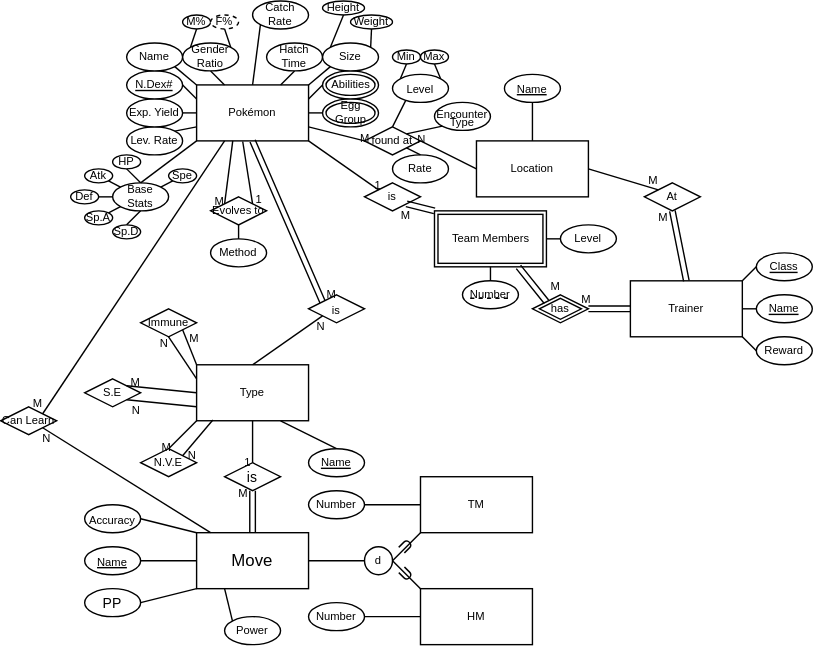
Earlier version of the draw.io export diagrams/EER.svg (JacobJanzen/J5-Pocket-Monsters-Database). Source tidied: cells renumbered, new cells last; positions are measured from the earlier drawing's top-left corner, leaving out a move shared by most shapes.
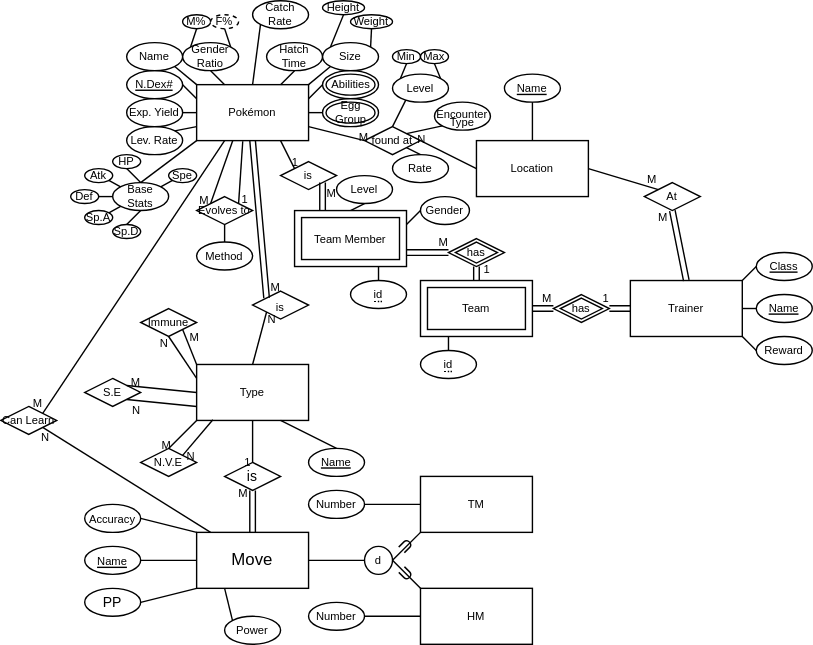
The same file after the commit.

Diff of the diagram source:
```diff
@@ -2,12 +2,12 @@
   <root>
     <mxCell id="0" />
     <mxCell id="1" parent="0" />
+    <mxCell id="156" style="rhombus;whiteSpace=wrap;html=1;fontSize=8;" parent="1" vertex="1">
+      <mxGeometry x="395" y="210" width="40" height="20" as="geometry" />
+    </mxCell>
     <mxCell id="2" style="rhombus;whiteSpace=wrap;html=1;" parent="1" vertex="1">
-      <mxGeometry x="380" y="210" width="40" height="20" as="geometry" />
+      <mxGeometry x="320" y="170" width="40" height="20" as="geometry" />
     </mxCell>
-    <mxCell id="3" style="rounded=0;whiteSpace=wrap;html=1;hachureGap=4;fontSize=8;" parent="1" vertex="1">
-      <mxGeometry x="310" y="150" width="80" height="40" as="geometry" />
-    </mxCell>
     <mxCell id="4" style="ellipse;whiteSpace=wrap;html=1;hachureGap=4;fontSize=8;" parent="1" vertex="1">
       <mxGeometry x="230" y="70" width="40" height="20" as="geometry" />
     </mxCell>
@@ -308,7 +308,7 @@
       <mxGeometry relative="1" as="geometry" />
     </mxCell>
     <mxCell id="92" value="&lt;div&gt;Evolves to&lt;/div&gt;" style="rhombus;whiteSpace=wrap;html=1;hachureGap=4;fontSize=8;" parent="1" vertex="1">
-      <mxGeometry x="150" y="140" width="40" height="20" as="geometry" />
+      <mxGeometry x="140" y="140" width="40" height="20" as="geometry" />
     </mxCell>
     <mxCell id="93" style="endArrow=none;html=1;rounded=0;startSize=14;endSize=14;sourcePerimeterSpacing=8;targetPerimeterSpacing=8;fontSize=8;exitX=0.323;exitY=0.999;exitDx=0;exitDy=0;exitPerimeter=0;entryX=0;entryY=0;entryDx=0;entryDy=0;" parent="1" edge="1" source="51" target="92">
       <mxGeometry relative="1" as="geometry" />
@@ -342,7 +342,7 @@
       <mxGeometry x="260" y="90" width="40" height="20" as="geometry" />
     </mxCell>
     <mxCell id="102" value="has" style="rhombus;whiteSpace=wrap;html=1;hachureGap=4;fontSize=8;" parent="1" vertex="1">
-      <mxGeometry x="385" y="212.5" width="30" height="15" as="geometry" />
+      <mxGeometry x="325" y="172.5" width="30" height="15" as="geometry" />
     </mxCell>
     <mxCell id="103" style="endArrow=none;html=1;rounded=0;startSize=14;endSize=14;sourcePerimeterSpacing=8;targetPerimeterSpacing=8;fontSize=8;entryX=0;entryY=0.5;entryDx=0;entryDy=0;exitX=1;exitY=0.75;exitDx=0;exitDy=0;" parent="1" edge="1" source="51" target="101">
       <mxGeometry relative="1" as="geometry" />
@@ -409,64 +409,29 @@
     <mxCell id="121" value="&lt;font style=&quot;font-size: 8px&quot;&gt;M&lt;/font&gt;" style="html=1;align=right;verticalAlign=bottom;" parent="120" vertex="1">
       <mxGeometry x="1" relative="1" as="geometry" />
     </mxCell>
-    <mxCell id="122" value="Team Members" style="rounded=0;whiteSpace=wrap;html=1;hachureGap=4;fontSize=8;" parent="1" vertex="1">
-      <mxGeometry x="312.5" y="152.5" width="75" height="35" as="geometry" />
-    </mxCell>
-    <mxCell id="123" style="shape=link;html=1;rounded=0;endArrow=open;startSize=14;endSize=14;sourcePerimeterSpacing=8;targetPerimeterSpacing=8;fontSize=8;entryX=0;entryY=0;entryDx=0;entryDy=0;exitX=0.75;exitY=1;exitDx=0;exitDy=0;" parent="1" edge="1" source="3" target="2">
-      <mxGeometry relative="1" as="geometry" />
-    </mxCell>
-    <mxCell id="124" value="&lt;font style=&quot;font-size: 8px&quot;&gt;M&lt;/font&gt;" style="html=1;align=right;verticalAlign=bottom;" parent="123" vertex="1">
-      <mxGeometry x="1" relative="1" as="geometry">
-        <mxPoint x="10" y="-3" as="offset" />
-      </mxGeometry>
-    </mxCell>
-    <mxCell id="125" style="shape=link;html=1;rounded=0;endArrow=open;startSize=14;endSize=14;sourcePerimeterSpacing=8;targetPerimeterSpacing=8;fontSize=8;exitX=0;exitY=0.5;exitDx=0;exitDy=0;" parent="1" edge="1" source="116">
-      <mxGeometry relative="1" as="geometry">
-        <mxPoint x="420" y="220" as="targetPoint" />
-      </mxGeometry>
-    </mxCell>
-    <mxCell id="126" value="&lt;font style=&quot;font-size: 8px&quot;&gt;M&lt;/font&gt;" style="html=1;align=right;verticalAlign=bottom;" parent="125" vertex="1">
-      <mxGeometry x="1" relative="1" as="geometry">
-        <mxPoint x="3" as="offset" />
-      </mxGeometry>
-    </mxCell>
-    <mxCell id="127" value="Number" style="ellipse;whiteSpace=wrap;html=1;hachureGap=4;fontSize=8;" parent="1" vertex="1">
-      <mxGeometry x="330" y="200" width="40" height="20" as="geometry" />
-    </mxCell>
-    <mxCell id="128" style="endArrow=none;dashed=1;html=1;fontSize=8;startSize=14;endSize=14;sourcePerimeterSpacing=8;targetPerimeterSpacing=8;" parent="1" edge="1">
-      <mxGeometry relative="1" as="geometry">
-        <mxPoint x="335.5" y="212.5" as="sourcePoint" />
-        <mxPoint x="364.5" y="212.5" as="targetPoint" />
-      </mxGeometry>
-    </mxCell>
-    <mxCell id="129" style="endArrow=none;html=1;fontSize=8;startSize=14;endSize=14;sourcePerimeterSpacing=8;targetPerimeterSpacing=8;exitX=0.5;exitY=1;exitDx=0;exitDy=0;entryX=0.5;entryY=0;entryDx=0;entryDy=0;" parent="1" edge="1" source="3" target="127">
-      <mxGeometry relative="1" as="geometry" />
-    </mxCell>
     <mxCell id="130" value="Level" style="ellipse;whiteSpace=wrap;html=1;hachureGap=4;fontSize=8;" parent="1" vertex="1">
-      <mxGeometry x="400" y="160" width="40" height="20" as="geometry" />
+      <mxGeometry x="240" y="125" width="40" height="20" as="geometry" />
     </mxCell>
-    <mxCell id="131" style="endArrow=none;html=1;fontSize=8;startSize=14;endSize=14;sourcePerimeterSpacing=8;targetPerimeterSpacing=8;exitX=1;exitY=0.5;exitDx=0;exitDy=0;entryX=0;entryY=0.5;entryDx=0;entryDy=0;" parent="1" edge="1" source="3" target="130">
+    <mxCell id="131" style="endArrow=none;html=1;fontSize=8;startSize=14;endSize=14;sourcePerimeterSpacing=8;targetPerimeterSpacing=8;exitX=0.5;exitY=0;exitDx=0;exitDy=0;entryX=0.5;entryY=1;entryDx=0;entryDy=0;" parent="1" edge="1" source="157" target="130">
       <mxGeometry relative="1" as="geometry" />
     </mxCell>
     <mxCell id="132" value="is" style="rhombus;whiteSpace=wrap;html=1;hachureGap=4;fontSize=8;" parent="1" vertex="1">
-      <mxGeometry x="260" y="130" width="40" height="20" as="geometry" />
+      <mxGeometry x="200" y="115" width="40" height="20" as="geometry" />
     </mxCell>
-    <mxCell id="133" style="shape=link;html=1;rounded=0;endArrow=open;startSize=14;endSize=14;sourcePerimeterSpacing=8;targetPerimeterSpacing=8;fontSize=8;entryX=1;entryY=1;entryDx=0;entryDy=0;" parent="1" edge="1" target="132">
-      <mxGeometry relative="1" as="geometry">
-        <mxPoint x="310" y="150" as="sourcePoint" />
-      </mxGeometry>
+    <mxCell id="133" style="shape=link;html=1;rounded=0;endArrow=open;startSize=14;endSize=14;sourcePerimeterSpacing=8;targetPerimeterSpacing=8;fontSize=8;entryX=1;entryY=1;entryDx=0;entryDy=0;exitX=0.25;exitY=0;exitDx=0;exitDy=0;" parent="1" edge="1" source="157" target="132">
+      <mxGeometry relative="1" as="geometry" />
     </mxCell>
     <mxCell id="134" value="&lt;font style=&quot;font-size: 8px&quot;&gt;M&lt;/font&gt;" style="html=1;align=right;verticalAlign=bottom;" parent="133" vertex="1">
       <mxGeometry x="1" relative="1" as="geometry">
-        <mxPoint x="3" y="15" as="offset" />
+        <mxPoint x="10" y="15" as="offset" />
       </mxGeometry>
     </mxCell>
-    <mxCell id="135" style="endArrow=none;html=1;rounded=0;startSize=14;endSize=14;sourcePerimeterSpacing=8;targetPerimeterSpacing=8;fontSize=8;exitX=1;exitY=1;exitDx=0;exitDy=0;entryX=0;entryY=0;entryDx=0;entryDy=0;" parent="1" edge="1" source="51" target="132">
+    <mxCell id="135" style="endArrow=none;html=1;rounded=0;startSize=14;endSize=14;sourcePerimeterSpacing=8;targetPerimeterSpacing=8;fontSize=8;exitX=0.75;exitY=1;exitDx=0;exitDy=0;entryX=0;entryY=0;entryDx=0;entryDy=0;" parent="1" edge="1" source="51" target="132">
       <mxGeometry relative="1" as="geometry" />
     </mxCell>
     <mxCell id="136" value="&lt;font style=&quot;font-size: 8px&quot;&gt;1&lt;/font&gt;" style="html=1;align=right;verticalAlign=bottom;" parent="135" vertex="1">
       <mxGeometry x="1" relative="1" as="geometry">
-        <mxPoint x="3" y="5" as="offset" />
+        <mxPoint x="3" y="3" as="offset" />
       </mxGeometry>
     </mxCell>
     <mxCell id="137" value="Reward" style="ellipse;whiteSpace=wrap;html=1;hachureGap=4;fontSize=8;" parent="1" vertex="1">
@@ -492,14 +457,14 @@
       <mxGeometry x="270" y="400" width="40" height="20" as="geometry" />
     </mxCell>
     <mxCell id="143" value="&lt;font style=&quot;font-size: 8px&quot;&gt;is&lt;/font&gt;" style="rhombus;whiteSpace=wrap;html=1;" parent="1" vertex="1">
-      <mxGeometry x="220" y="210" width="40" height="20" as="geometry" />
+      <mxGeometry x="180" y="207.5" width="40" height="20" as="geometry" />
     </mxCell>
     <mxCell id="144" style="shape=link;html=1;rounded=0;endArrow=open;startSize=14;endSize=14;sourcePerimeterSpacing=8;targetPerimeterSpacing=8;fontSize=8;entryX=0;entryY=0;entryDx=0;entryDy=0;exitX=0.5;exitY=1;exitDx=0;exitDy=0;" parent="1" edge="1" source="51" target="143">
       <mxGeometry relative="1" as="geometry" />
     </mxCell>
     <mxCell id="145" value="&lt;font style=&quot;font-size: 8px&quot;&gt;M&lt;/font&gt;" style="html=1;align=right;verticalAlign=bottom;" parent="144" vertex="1">
       <mxGeometry x="1" relative="1" as="geometry">
-        <mxPoint x="10" y="2" as="offset" />
+        <mxPoint x="10" as="offset" />
       </mxGeometry>
     </mxCell>
     <mxCell id="146" style="endArrow=none;html=1;rounded=0;startSize=14;endSize=14;sourcePerimeterSpacing=8;targetPerimeterSpacing=8;fontSize=8;exitX=0.5;exitY=0;exitDx=0;exitDy=0;entryX=0;entryY=1;entryDx=0;entryDy=0;" parent="1" edge="1" target="143">
@@ -509,11 +474,11 @@
     </mxCell>
     <mxCell id="147" value="&lt;font style=&quot;font-size: 8px&quot;&gt;N&lt;/font&gt;" style="html=1;align=right;verticalAlign=bottom;" parent="146" vertex="1">
       <mxGeometry x="1" relative="1" as="geometry">
-        <mxPoint x="3" y="15" as="offset" />
+        <mxPoint x="7" y="13" as="offset" />
       </mxGeometry>
     </mxCell>
     <mxCell id="148" value="&lt;div&gt;Method&lt;/div&gt;" style="ellipse;whiteSpace=wrap;html=1;align=center;fontSize=8;" parent="1" vertex="1">
-      <mxGeometry x="150" y="170" width="40" height="20" as="geometry" />
+      <mxGeometry x="140" y="172.5" width="40" height="20" as="geometry" />
     </mxCell>
     <mxCell id="149" style="endArrow=none;html=1;rounded=0;fontSize=8;edgeStyle=orthogonalEdgeStyle;entryX=0.5;entryY=0;entryDx=0;entryDy=0;exitX=0.5;exitY=1;exitDx=0;exitDy=0;" parent="1" edge="1" source="92" target="148">
       <mxGeometry relative="1" as="geometry" />
@@ -536,5 +501,58 @@
     <mxCell id="155" value="&lt;div&gt;Name&lt;/div&gt;" style="ellipse;whiteSpace=wrap;html=1;align=center;fontStyle=4;fontSize=8;" parent="1" vertex="1">
       <mxGeometry x="540" y="210" width="40" height="20" as="geometry" />
     </mxCell>
+    <mxCell id="157" value="&lt;font style=&quot;font-size: 8px&quot;&gt;Team Member&lt;/font&gt;" style="shape=ext;margin=3;double=1;whiteSpace=wrap;html=1;align=center;" parent="1" vertex="1">
+      <mxGeometry x="210" y="150" width="80" height="40" as="geometry" />
+    </mxCell>
+    <mxCell id="158" value="&lt;span style=&quot;border-bottom: 1px dotted&quot;&gt;id&lt;/span&gt;" style="ellipse;whiteSpace=wrap;html=1;align=center;fontSize=8;" parent="1" vertex="1">
+      <mxGeometry x="250" y="200" width="40" height="20" as="geometry" />
+    </mxCell>
+    <mxCell id="159" style="endArrow=none;html=1;rounded=0;fontSize=8;exitX=0.75;exitY=1;exitDx=0;exitDy=0;entryX=0.5;entryY=0;entryDx=0;entryDy=0;" parent="1" edge="1" source="157" target="158">
+      <mxGeometry relative="1" as="geometry" />
+    </mxCell>
+    <mxCell id="160" value="Gender" style="ellipse;whiteSpace=wrap;html=1;align=center;fontSize=8;" parent="1" vertex="1">
+      <mxGeometry x="300" y="140" width="35" height="20" as="geometry" />
+    </mxCell>
+    <mxCell id="161" style="endArrow=none;html=1;rounded=0;fontSize=8;exitX=1;exitY=0.25;exitDx=0;exitDy=0;entryX=0;entryY=0.5;entryDx=0;entryDy=0;" parent="1" edge="1" source="157" target="160">
+      <mxGeometry relative="1" as="geometry" />
+    </mxCell>
+    <mxCell id="162" value="Team" style="shape=ext;margin=3;double=1;whiteSpace=wrap;html=1;align=center;fontSize=8;" parent="1" vertex="1">
+      <mxGeometry x="300" y="200" width="80" height="40" as="geometry" />
+    </mxCell>
+    <mxCell id="163" style="shape=link;html=1;rounded=0;fontSize=8;exitX=1;exitY=0.75;exitDx=0;exitDy=0;entryX=0;entryY=0.5;entryDx=0;entryDy=0;" parent="1" edge="1" source="157" target="2">
+      <mxGeometry relative="1" as="geometry" />
+    </mxCell>
+    <mxCell id="164" value="M" style="html=1;align=right;verticalAlign=bottom;fontSize=8;" parent="163" vertex="1">
+      <mxGeometry x="1" relative="1" as="geometry" />
+    </mxCell>
+    <mxCell id="165" style="shape=link;html=1;rounded=0;fontSize=8;exitX=0.5;exitY=0;exitDx=0;exitDy=0;entryX=0.5;entryY=1;entryDx=0;entryDy=0;" parent="1" edge="1" source="162" target="2">
+      <mxGeometry relative="1" as="geometry" />
+    </mxCell>
+    <mxCell id="166" value="1" style="html=1;align=right;verticalAlign=bottom;fontSize=8;" parent="165" vertex="1">
+      <mxGeometry x="1" relative="1" as="geometry">
+        <mxPoint x="10" y="10" as="offset" />
+      </mxGeometry>
+    </mxCell>
+    <mxCell id="167" value="&lt;span style=&quot;border-bottom: 1px dotted&quot;&gt;id&lt;/span&gt;" style="ellipse;whiteSpace=wrap;html=1;align=center;fontSize=8;" parent="1" vertex="1">
+      <mxGeometry x="300" y="250" width="40" height="20" as="geometry" />
+    </mxCell>
+    <mxCell id="168" style="endArrow=none;html=1;rounded=0;fontSize=8;exitX=0.5;exitY=0;exitDx=0;exitDy=0;entryX=0.25;entryY=1;entryDx=0;entryDy=0;" parent="1" edge="1" source="167" target="162">
+      <mxGeometry relative="1" as="geometry" />
+    </mxCell>
+    <mxCell id="169" value="has" style="rhombus;whiteSpace=wrap;html=1;hachureGap=4;fontSize=8;" parent="1" vertex="1">
+      <mxGeometry x="400" y="212.5" width="30" height="15" as="geometry" />
+    </mxCell>
+    <mxCell id="170" style="shape=link;html=1;rounded=0;fontSize=8;exitX=1;exitY=0.5;exitDx=0;exitDy=0;entryX=0;entryY=0.5;entryDx=0;entryDy=0;" parent="1" edge="1" source="162" target="156">
+      <mxGeometry relative="1" as="geometry" />
+    </mxCell>
+    <mxCell id="171" value="M" style="html=1;align=right;verticalAlign=bottom;fontSize=8;" parent="170" vertex="1">
+      <mxGeometry x="1" relative="1" as="geometry" />
+    </mxCell>
+    <mxCell id="172" style="shape=link;html=1;rounded=0;fontSize=8;exitX=0;exitY=0.5;exitDx=0;exitDy=0;entryX=1;entryY=0.5;entryDx=0;entryDy=0;" parent="1" edge="1" source="116" target="156">
+      <mxGeometry relative="1" as="geometry" />
+    </mxCell>
+    <mxCell id="173" value="1" style="html=1;align=right;verticalAlign=bottom;fontSize=8;" parent="172" vertex="1">
+      <mxGeometry x="1" relative="1" as="geometry" />
+    </mxCell>
   </root>
 </mxGraphModel>
```
